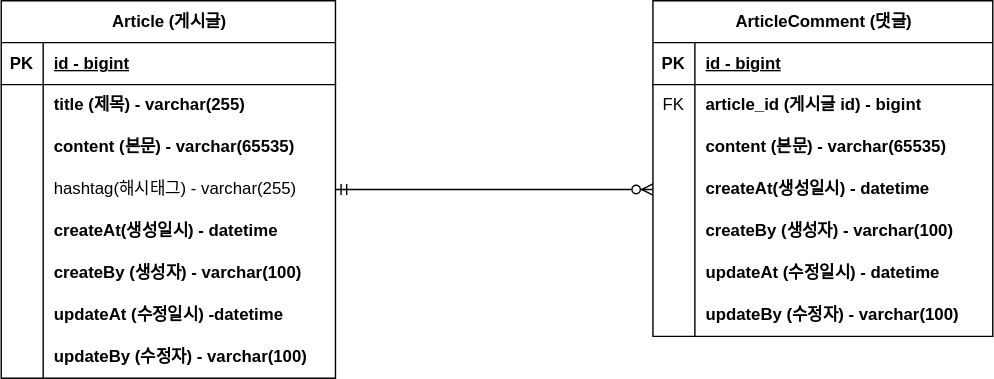
The draw.io diagram document/project-board-erd.svg in hojin7769/project-board, before a commit. Source tidied: cells renumbered, new cells last; positions are measured from the earlier drawing's top-left corner, leaving out a move shared by most shapes.
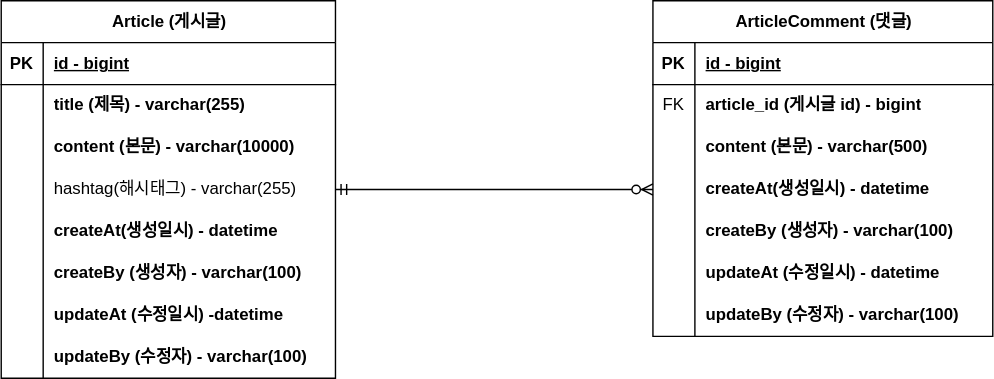
The same diagram one commit later.

Commit message:
#10 - erd 업데이트: content 사이즈 변경

The edit, as a diff of the source:
```diff
@@ -29,7 +29,7 @@
     <mxCell id="10" style="shape=partialRectangle;fillColor=none;top=0;left=0;bottom=0;right=0;overflow=hidden;whiteSpace=wrap;html=1;" parent="9" vertex="1">
       <mxGeometry width="30" height="30" as="geometry" />
     </mxCell>
-    <mxCell id="11" value="content (본문) - varchar(65535)" style="shape=partialRectangle;fillColor=none;top=0;left=0;bottom=0;right=0;align=left;spacingLeft=6;overflow=hidden;whiteSpace=wrap;html=1;fontStyle=1;" parent="9" vertex="1">
+    <mxCell id="11" value="content (본문) - varchar(10000)" style="shape=partialRectangle;fillColor=none;top=0;left=0;bottom=0;right=0;align=left;spacingLeft=6;overflow=hidden;whiteSpace=wrap;html=1;fontStyle=1;" parent="9" vertex="1">
       <mxGeometry x="30" width="209" height="30" as="geometry" />
     </mxCell>
     <mxCell id="12" style="shape=tableRow;horizontal=0;startSize=0;swimlaneHead=0;swimlaneBody=0;fillColor=none;points=[[0,0.5],[1,0.5]];portConstraint=eastwest;top=0;left=0;right=0;bottom=0;" parent="2" vertex="1">
@@ -104,7 +104,7 @@
     <mxCell id="35" style="shape=partialRectangle;fillColor=none;top=0;left=0;bottom=0;right=0;overflow=hidden;whiteSpace=wrap;html=1;" parent="34" vertex="1">
       <mxGeometry width="30" height="30" as="geometry" />
     </mxCell>
-    <mxCell id="36" value="content (본문) - varchar(65535)" style="shape=partialRectangle;fillColor=none;top=0;left=0;bottom=0;right=0;align=left;spacingLeft=6;overflow=hidden;whiteSpace=wrap;html=1;fontStyle=1;" parent="34" vertex="1">
+    <mxCell id="36" value="content (본문) - varchar(500)" style="shape=partialRectangle;fillColor=none;top=0;left=0;bottom=0;right=0;align=left;spacingLeft=6;overflow=hidden;whiteSpace=wrap;html=1;fontStyle=1;" parent="34" vertex="1">
       <mxGeometry x="30" width="213" height="30" as="geometry" />
     </mxCell>
     <mxCell id="37" style="shape=tableRow;horizontal=0;startSize=0;swimlaneHead=0;swimlaneBody=0;fillColor=none;points=[[0,0.5],[1,0.5]];portConstraint=eastwest;top=0;left=0;right=0;bottom=0;" parent="27" vertex="1">
```
